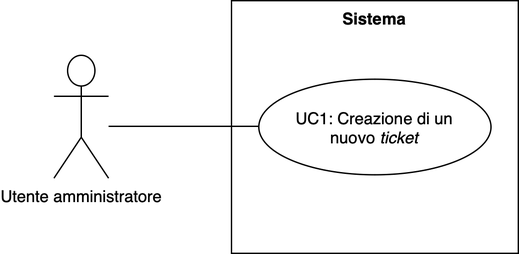
Before: images/uc1.png, a diagram exported from draw.io (EndyXVIII/thesis-unipd). Source tidied: cells renumbered, new cells last; positions are measured from the earlier drawing's top-left corner, leaving out a move shared by most shapes.
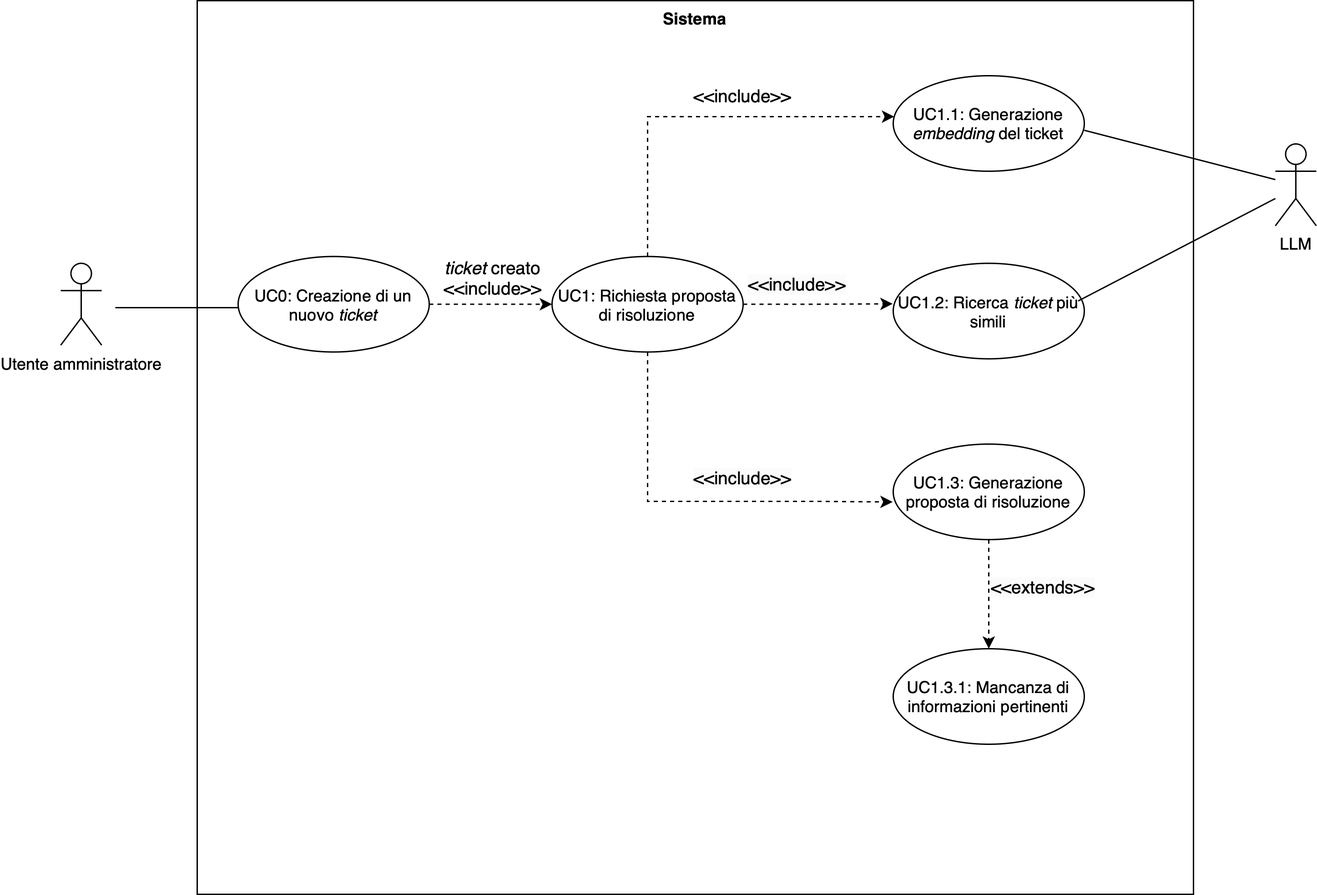
Above is the later version.

Change to the diagram source:
```diff
@@ -2,20 +2,87 @@
   <root>
     <mxCell id="0" />
     <mxCell id="1" parent="0" />
-    <mxCell id="2" value="Utente amministratore" style="shape=umlActor;verticalLabelPosition=bottom;verticalAlign=top;html=1;" parent="1" vertex="1">
-      <mxGeometry y="40" width="40" height="90" as="geometry" />
+    <mxCell id="2" value="Utente amministratore&lt;div&gt;&lt;br&gt;&lt;/div&gt;" style="shape=umlActor;verticalLabelPosition=bottom;verticalAlign=top;html=1;" parent="1" vertex="1">
+      <mxGeometry x="-140" y="227.5" width="30" height="60" as="geometry" />
     </mxCell>
     <mxCell id="3" value="Sistema" style="shape=rect;html=1;verticalAlign=top;fontStyle=1;whiteSpace=wrap;align=center;" parent="1" vertex="1">
-      <mxGeometry x="130" width="210" height="185" as="geometry" />
+      <mxGeometry x="-40" y="35" width="730" height="655" as="geometry" />
     </mxCell>
-    <mxCell id="4" value="UC1: Creazione di un nuovo&amp;nbsp;&lt;i&gt;ticket&lt;/i&gt;" style="ellipse;whiteSpace=wrap;html=1;" parent="1" vertex="1">
-      <mxGeometry x="150" y="57.5" width="170" height="70" as="geometry" />
+    <mxCell id="4" style="edgeStyle=orthogonalEdgeStyle;rounded=0;jettySize=auto;html=1;entryX=0;entryY=0.5;entryDx=0;entryDy=0;dashed=1;" parent="1" edge="1" source="5" target="6">
+      <mxGeometry relative="1" as="geometry" />
     </mxCell>
-    <mxCell id="5" style="edgeStyle=none;html=1;endArrow=none;verticalAlign=bottom;rounded=0;" parent="1" edge="1">
-      <mxGeometry relative="1" as="geometry">
-        <mxPoint x="40" y="92" as="sourcePoint" />
-        <mxPoint x="150" y="92" as="targetPoint" />
-      </mxGeometry>
+    <mxCell id="5" value="UC0: Creazione di un nuovo &lt;i&gt;ticket&lt;/i&gt;" style="ellipse;whiteSpace=wrap;html=1;" parent="1" vertex="1">
+      <mxGeometry x="-10" y="222.5" width="140" height="70" as="geometry" />
     </mxCell>
+    <mxCell id="6" value="UC1: Richiesta proposta di risoluzione" style="ellipse;whiteSpace=wrap;html=1;" parent="1" vertex="1">
+      <mxGeometry x="220" y="222.5" width="140" height="70" as="geometry" />
+    </mxCell>
+    <mxCell id="7" value="UC1.1: Generazione &lt;i&gt;embedding&lt;/i&gt; del ticket" style="ellipse;whiteSpace=wrap;html=1;" parent="1" vertex="1">
+      <mxGeometry x="470" y="90" width="140" height="70" as="geometry" />
+    </mxCell>
+    <mxCell id="8" value="UC1.2: Ricerca &lt;i&gt;ticket&lt;/i&gt; più simili" style="ellipse;whiteSpace=wrap;html=1;" parent="1" vertex="1">
+      <mxGeometry x="470" y="227.5" width="140" height="70" as="geometry" />
+    </mxCell>
+    <mxCell id="9" style="edgeStyle=orthogonalEdgeStyle;rounded=0;jettySize=auto;html=1;dashed=1;" parent="1" edge="1" source="10" target="22">
+      <mxGeometry relative="1" as="geometry" />
+    </mxCell>
+    <mxCell id="10" value="UC1.3: Generazione proposta di risoluzione" style="ellipse;whiteSpace=wrap;html=1;" parent="1" vertex="1">
+      <mxGeometry x="470" y="360" width="140" height="70" as="geometry" />
+    </mxCell>
+    <mxCell id="11" value="&lt;div&gt;LLM&lt;/div&gt;" style="shape=umlActor;verticalLabelPosition=bottom;verticalAlign=top;html=1;outlineConnect=0;" parent="1" vertex="1">
+      <mxGeometry x="750" y="140" width="30" height="60" as="geometry" />
+    </mxCell>
+    <mxCell id="12" style="edgeStyle=none;html=1;endArrow=none;verticalAlign=bottom;rounded=0;" parent="1" edge="1">
+      <mxGeometry relative="1" as="geometry">
+        <mxPoint x="-100" y="260" as="sourcePoint" />
+        <mxPoint x="-10" y="260" as="targetPoint" />
+      </mxGeometry>
+    </mxCell>
+    <mxCell id="13" style="edgeStyle=orthogonalEdgeStyle;rounded=0;jettySize=auto;html=1;dashed=1;" parent="1" edge="1" source="6" target="7">
+      <mxGeometry relative="1" as="geometry">
+        <Array as="points">
+          <mxPoint x="290" y="120" />
+        </Array>
+      </mxGeometry>
+    </mxCell>
+    <mxCell id="14" style="edgeStyle=orthogonalEdgeStyle;rounded=0;jettySize=auto;html=1;entryX=-0.003;entryY=0.424;entryDx=0;entryDy=0;entryPerimeter=0;dashed=1;" parent="1" edge="1" source="6" target="8">
+      <mxGeometry relative="1" as="geometry" />
+    </mxCell>
+    <mxCell id="15" style="edgeStyle=orthogonalEdgeStyle;rounded=0;jettySize=auto;html=1;entryX=-0.003;entryY=0.606;entryDx=0;entryDy=0;entryPerimeter=0;dashed=1;" parent="1" edge="1" source="6" target="10">
+      <mxGeometry relative="1" as="geometry">
+        <Array as="points">
+          <mxPoint x="290" y="402" />
+          <mxPoint x="415" y="402" />
+        </Array>
+      </mxGeometry>
+    </mxCell>
+    <mxCell id="16" value="&lt;font style=&quot;font-size: 13px;&quot;&gt;&lt;i&gt;ticket&lt;/i&gt; creato&lt;/font&gt;&lt;div style=&quot;font-size: 13px;&quot;&gt;&lt;font style=&quot;font-size: 13px;&quot;&gt;&amp;lt;&amp;lt;include&amp;gt;&amp;gt;&lt;/font&gt;&lt;/div&gt;" style="text;html=1;align=center;verticalAlign=middle;whiteSpace=wrap;rounded=0;" parent="1" vertex="1">
+      <mxGeometry x="146.5" y="222.5" width="60" height="30" as="geometry" />
+    </mxCell>
+    <mxCell id="17" value="&lt;span style=&quot;font-size: 13px;&quot;&gt;&amp;lt;&amp;lt;include&amp;gt;&amp;gt;&lt;/span&gt;" style="text;html=1;align=center;verticalAlign=middle;whiteSpace=wrap;rounded=0;" parent="1" vertex="1">
+      <mxGeometry x="330" y="90" width="60" height="30" as="geometry" />
+    </mxCell>
+    <mxCell id="18" value="&lt;span style=&quot;caret-color: rgb(0, 0, 0); color: rgb(0, 0, 0); font-family: Helvetica; font-size: 13px; font-style: normal; font-variant-caps: normal; font-weight: 400; letter-spacing: normal; orphans: auto; text-align: center; text-indent: 0px; text-transform: none; white-space: normal; widows: auto; word-spacing: 0px; -webkit-text-stroke-width: 0px; background-color: rgb(251, 251, 251); text-decoration: none; display: inline !important; float: none;&quot;&gt;&amp;lt;&amp;lt;include&amp;gt;&amp;gt;&lt;/span&gt;" style="text;html=1;align=center;verticalAlign=middle;whiteSpace=wrap;rounded=0;" parent="1" vertex="1">
+      <mxGeometry x="370" y="228" width="60" height="30" as="geometry" />
+    </mxCell>
+    <mxCell id="19" value="&lt;span style=&quot;caret-color: rgb(0, 0, 0); color: rgb(0, 0, 0); font-family: Helvetica; font-size: 13px; font-style: normal; font-variant-caps: normal; font-weight: 400; letter-spacing: normal; orphans: auto; text-align: center; text-indent: 0px; text-transform: none; white-space: normal; widows: auto; word-spacing: 0px; -webkit-text-stroke-width: 0px; background-color: rgb(251, 251, 251); text-decoration: none; display: inline !important; float: none;&quot;&gt;&amp;lt;&amp;lt;include&amp;gt;&amp;gt;&lt;/span&gt;" style="text;html=1;align=center;verticalAlign=middle;whiteSpace=wrap;rounded=0;" parent="1" vertex="1">
+      <mxGeometry x="330" y="370" width="60" height="30" as="geometry" />
+    </mxCell>
+    <mxCell id="20" style="edgeStyle=none;html=1;endArrow=none;verticalAlign=bottom;rounded=0;" parent="1" edge="1" target="11">
+      <mxGeometry relative="1" as="geometry">
+        <mxPoint x="610" y="130" as="sourcePoint" />
+      </mxGeometry>
+    </mxCell>
+    <mxCell id="21" style="edgeStyle=none;html=1;endArrow=none;verticalAlign=bottom;rounded=0;exitX=0.968;exitY=0.394;exitDx=0;exitDy=0;exitPerimeter=0;" parent="1" edge="1" source="8">
+      <mxGeometry relative="1" as="geometry">
+        <mxPoint x="750" y="180" as="targetPoint" />
+      </mxGeometry>
+    </mxCell>
+    <mxCell id="22" value="UC1.3.1: Mancanza di informazioni pertinenti" style="ellipse;whiteSpace=wrap;html=1;" parent="1" vertex="1">
+      <mxGeometry x="470" y="510" width="140" height="70" as="geometry" />
+    </mxCell>
+    <mxCell id="23" value="&lt;span style=&quot;caret-color: rgb(0, 0, 0); color: rgb(0, 0, 0); font-family: Helvetica; font-size: 13px; font-style: normal; font-variant-caps: normal; font-weight: 400; letter-spacing: normal; orphans: auto; text-align: center; text-indent: 0px; text-transform: none; white-space: normal; widows: auto; word-spacing: 0px; -webkit-text-stroke-width: 0px; background-color: rgb(251, 251, 251); text-decoration: none; display: inline !important; float: none;&quot;&gt;&amp;lt;&amp;lt;extends&amp;gt;&amp;gt;&lt;/span&gt;" style="text;html=1;align=center;verticalAlign=middle;whiteSpace=wrap;rounded=0;" parent="1" vertex="1">
+      <mxGeometry x="550" y="450" width="60" height="30" as="geometry" />
+    </mxCell>
   </root>
 </mxGraphModel>
```
